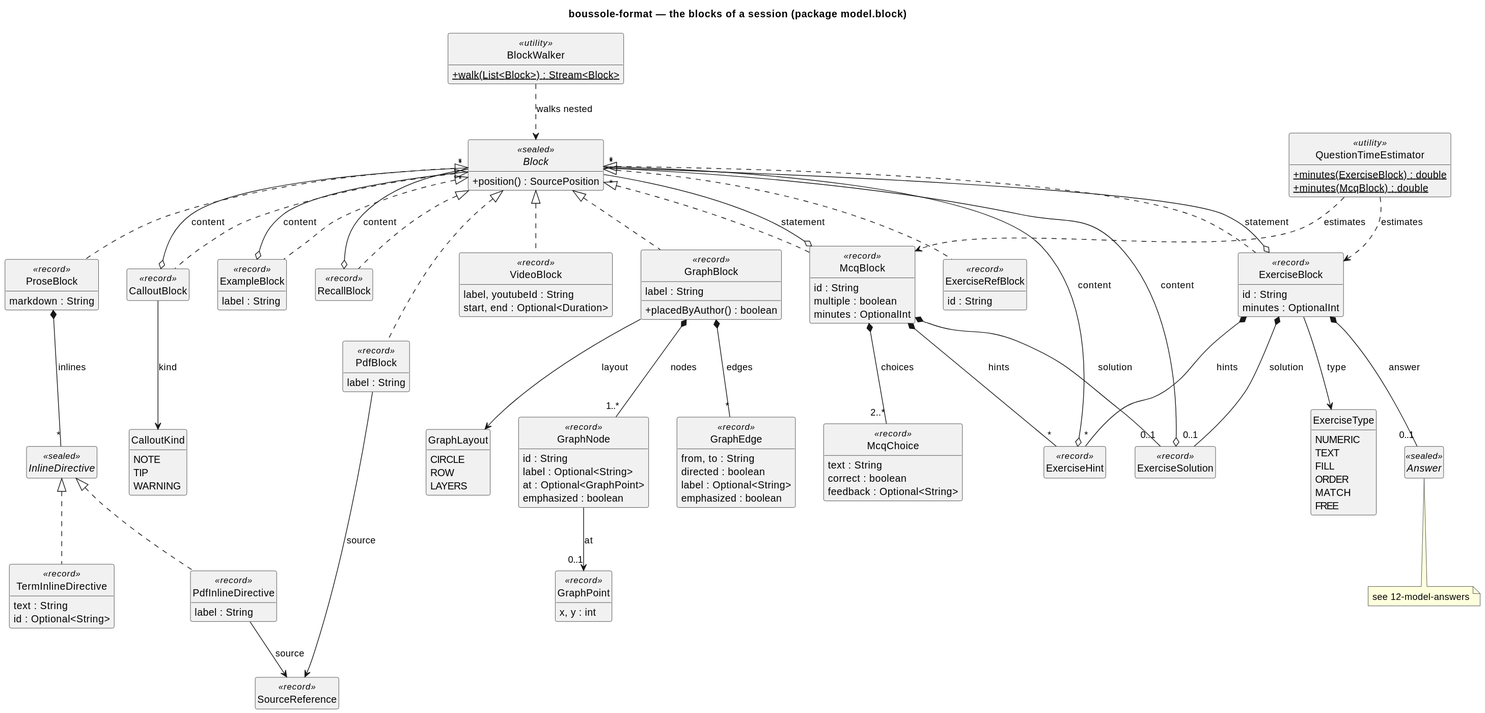
Above: docs/diagrams/11-model-blocks.svg in lucasssoh/Boussole (PlantUML), before the change.
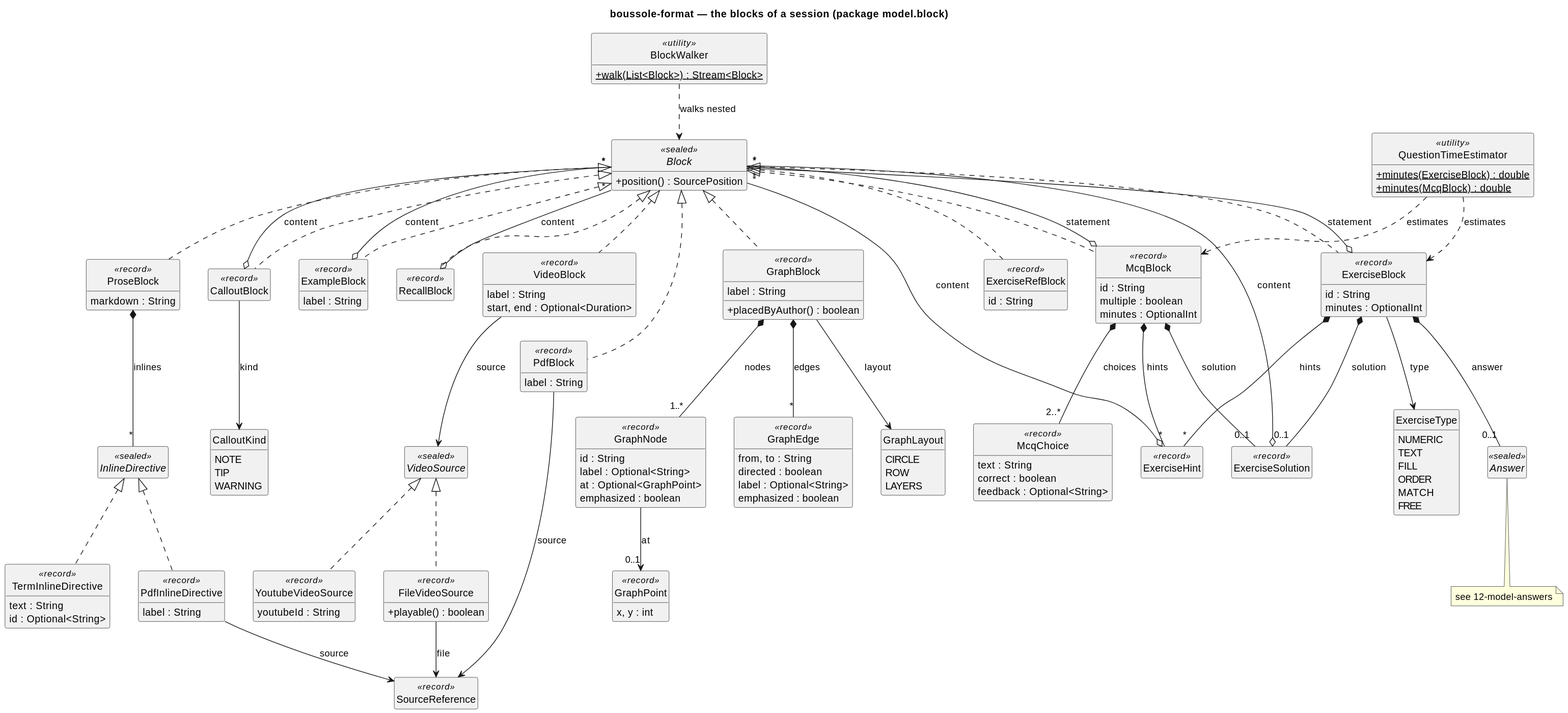
After the change.

The edit, as a diff of the source:
```diff
@@ -32,8 +32,15 @@
   WARNING
 }
 class VideoBlock <<record>> {
-  label, youtubeId : String
+  label : String
   start, end : Optional<Duration>
+}
+interface VideoSource <<sealed>>
+class YoutubeVideoSource <<record>> {
+  youtubeId : String
+}
+class FileVideoSource <<record>> {
+  +playable() : boolean
 }
 class PdfBlock <<record>> {
   label : String
@@ -105,6 +112,10 @@
 Block <|.. RecallBlock
 Block <|.. CalloutBlock
 Block <|.. VideoBlock
+VideoBlock --> VideoSource : source
+VideoSource <|.. YoutubeVideoSource
+VideoSource <|.. FileVideoSource
+FileVideoSource --> SourceReference : file
 Block <|.. PdfBlock
 Block <|.. GraphBlock
 GraphBlock *-- "1..*" GraphNode : nodes
```
